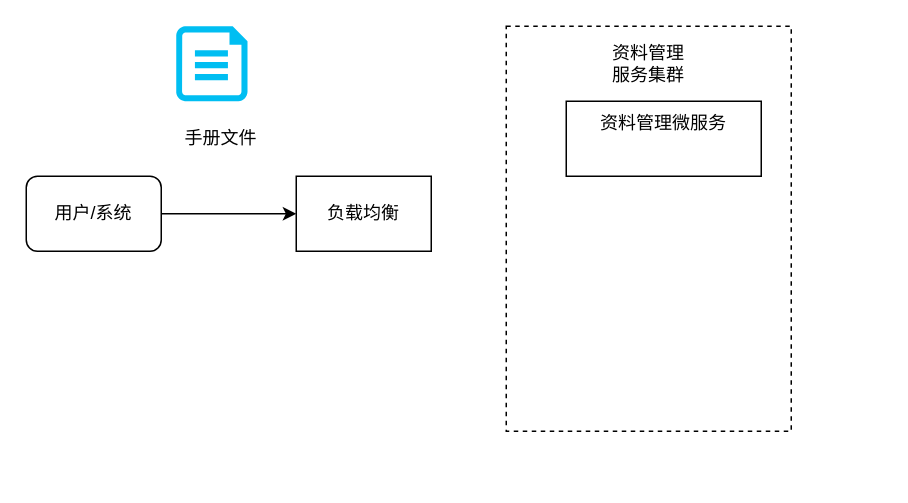
Before: 手册解析框架图.drawio in DemonHan/KuickBuy, a draw.io diagram. Source tidied: cells renumbered, new cells numbered last; positions are measured from the earlier drawing's top-left corner, leaving out a move shared by most shapes. Both pictures are drawn from the tidied source at 150%, with x=0, y=0 at pixel (26, 26).
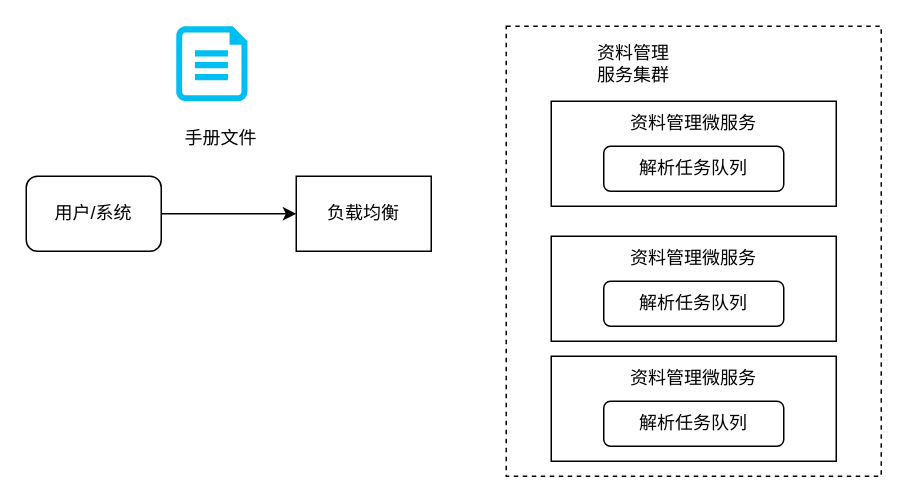
Above is the later version.

Commit message (it also covers changes not shown here):
更新手册解析框架图.drawio

The edit, as a diff of the source:
```diff
@@
 <mxGraphModel>
   <root>
     <mxCell id="0" />
     <mxCell id="1" parent="0" />
     <mxCell id="2" value="负载均衡" style="rounded=0;whiteSpace=wrap;html=1;" parent="1" vertex="1">
       <mxGeometry x="180" y="100" width="90" height="50" as="geometry" />
     </mxCell>
     <mxCell id="3" style="edgeStyle=orthogonalEdgeStyle;rounded=0;jettySize=auto;html=1;" parent="1" edge="1" source="4" target="2">
       <mxGeometry relative="1" as="geometry" />
     </mxCell>
     <mxCell id="4" value="用户/系统" style="rounded=1;whiteSpace=wrap;html=1;" parent="1" vertex="1">
       <mxGeometry y="100" width="90" height="50" as="geometry" />
     </mxCell>
     <mxCell id="5" value="手册文件" style="text;html=1;strokeColor=none;fillColor=none;align=center;verticalAlign=middle;whiteSpace=wrap;rounded=0;" parent="1" vertex="1">
       <mxGeometry x="100" y="60" width="60" height="30" as="geometry" />
     </mxCell>
     <mxCell id="6" style="verticalLabelPosition=bottom;html=1;verticalAlign=top;align=center;strokeColor=none;fillColor=#00BEF2;shape=mxgraph.azure.cloud_services_configuration_file;" parent="1" vertex="1">
       <mxGeometry x="100" width="47.5" height="50" as="geometry" />
     </mxCell>
     <mxCell id="7" style="rounded=0;whiteSpace=wrap;html=1;dashed=1;" parent="1" vertex="1">
-      <mxGeometry x="320" width="190" height="270" as="geometry" />
+      <mxGeometry x="320" width="250" height="300" as="geometry" />
     </mxCell>
     <mxCell id="8" value="资料管理服务集群" style="text;html=1;strokeColor=none;fillColor=none;align=center;verticalAlign=middle;whiteSpace=wrap;rounded=0;" parent="1" vertex="1">
-      <mxGeometry x="385" y="10" width="60" height="30" as="geometry" />
+      <mxGeometry x="375" y="10" width="60" height="30" as="geometry" />
     </mxCell>
     <mxCell id="9" style="rounded=0;whiteSpace=wrap;html=1;" parent="1" vertex="1">
-      <mxGeometry x="360" y="50" width="130" height="50" as="geometry" />
+      <mxGeometry x="350" y="50" width="190" height="70" as="geometry" />
     </mxCell>
     <mxCell id="10" value="资料管理微服务" style="text;html=1;strokeColor=none;fillColor=none;align=center;verticalAlign=middle;whiteSpace=wrap;rounded=0;" parent="1" vertex="1">
-      <mxGeometry x="375" y="50" width="100" height="30" as="geometry" />
+      <mxGeometry x="395" y="50" width="100" height="30" as="geometry" />
     </mxCell>
+    <mxCell id="11" value="解析任务队列" style="rounded=1;whiteSpace=wrap;html=1;" parent="1" vertex="1">
+      <mxGeometry x="385" y="80" width="120" height="30" as="geometry" />
+    </mxCell>
+    <mxCell id="12" style="rounded=0;whiteSpace=wrap;html=1;" parent="1" vertex="1">
+      <mxGeometry x="350" y="140" width="190" height="70" as="geometry" />
+    </mxCell>
+    <mxCell id="13" value="资料管理微服务" style="text;html=1;strokeColor=none;fillColor=none;align=center;verticalAlign=middle;whiteSpace=wrap;rounded=0;" parent="1" vertex="1">
+      <mxGeometry x="395" y="140" width="100" height="30" as="geometry" />
+    </mxCell>
+    <mxCell id="14" value="解析任务队列" style="rounded=1;whiteSpace=wrap;html=1;" parent="1" vertex="1">
+      <mxGeometry x="385" y="170" width="120" height="30" as="geometry" />
+    </mxCell>
+    <mxCell id="15" style="rounded=0;whiteSpace=wrap;html=1;" parent="1" vertex="1">
+      <mxGeometry x="350" y="220" width="190" height="70" as="geometry" />
+    </mxCell>
+    <mxCell id="16" value="资料管理微服务" style="text;html=1;strokeColor=none;fillColor=none;align=center;verticalAlign=middle;whiteSpace=wrap;rounded=0;" parent="1" vertex="1">
+      <mxGeometry x="395" y="220" width="100" height="30" as="geometry" />
+    </mxCell>
+    <mxCell id="17" value="解析任务队列" style="rounded=1;whiteSpace=wrap;html=1;" parent="1" vertex="1">
+      <mxGeometry x="385" y="250" width="120" height="30" as="geometry" />
+    </mxCell>
   </root>
 </mxGraphModel>
```
